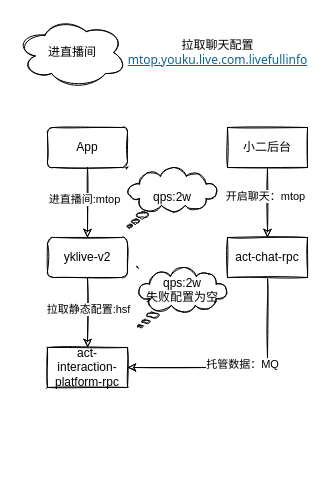
839284824/MyBlog keeps this draw.io diagram as page "进直播间" (4 of 4) of Untitled Diagram.drawio. Above is the earlier version. Source tidied: cells renumbered, new cells numbered last; positions are measured from the earlier drawing's top-left corner, leaving out a move shared by most shapes. Both pictures are drawn from the tidied source at 100%, with x=0, y=0 at pixel (17, 17).
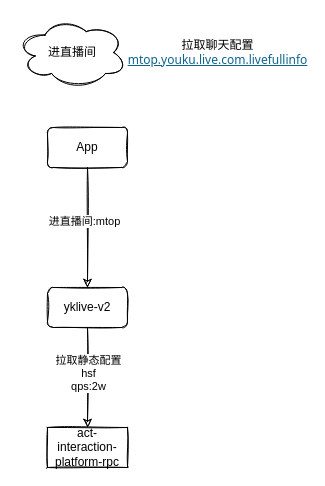
The same page after the edit.

What changed in the source:
```diff
@@
 <mxGraphModel>
   <root>
     <mxCell id="0" />
     <mxCell id="1" parent="0" />
     <mxCell id="2" value="进直播间" style="ellipse;shape=cloud;whiteSpace=wrap;html=1;rounded=0;sketch=1;" parent="1" vertex="1">
       <mxGeometry width="110" height="70" as="geometry" />
     </mxCell>
     <mxCell id="3" style="edgeStyle=orthogonalEdgeStyle;curved=0;rounded=1;jettySize=auto;html=1;sketch=1;" parent="1" edge="1" source="5" target="8">
       <mxGeometry relative="1" as="geometry" />
     </mxCell>
     <mxCell id="4" value="进直播间:mtop" style="edgeLabel;html=1;align=center;verticalAlign=middle;sketch=1;" parent="3" vertex="1">
       <mxGeometry x="-0.11" y="-4" relative="1" as="geometry" />
     </mxCell>
     <mxCell id="5" value="App" style="rounded=1;whiteSpace=wrap;html=1;sketch=1;" parent="1" vertex="1">
       <mxGeometry x="30" y="110" width="80" height="40" as="geometry" />
     </mxCell>
     <mxCell id="6" style="edgeStyle=orthogonalEdgeStyle;curved=0;rounded=1;jettySize=auto;html=1;sketch=1;" parent="1" edge="1" source="8" target="9">
       <mxGeometry relative="1" as="geometry" />
     </mxCell>
-    <mxCell id="7" value="拉取静态配置:hsf" style="edgeLabel;html=1;align=center;verticalAlign=middle;sketch=1;" parent="6" vertex="1">
+    <mxCell id="7" value="拉取静态配置&lt;br&gt;hsf&lt;br&gt;qps:2w" style="edgeLabel;html=1;align=center;verticalAlign=middle;sketch=1;" parent="6" vertex="1">
       <mxGeometry x="-0.11" relative="1" as="geometry" />
     </mxCell>
     <mxCell id="8" value="yklive-v2" style="rounded=1;whiteSpace=wrap;html=1;sketch=1;" parent="1" vertex="1">
-      <mxGeometry x="30" y="220" width="80" height="40" as="geometry" />
+      <mxGeometry x="30" y="270" width="80" height="40" as="geometry" />
     </mxCell>
     <mxCell id="9" value="act-interaction-platform-rpc" style="rounded=1;whiteSpace=wrap;html=1;arcSize=0;sketch=1;" parent="1" vertex="1">
-      <mxGeometry x="30" y="330" width="80" height="40" as="geometry" />
+      <mxGeometry x="30" y="410" width="80" height="40" as="geometry" />
     </mxCell>
-    <mxCell id="10" value="小二后台" style="whiteSpace=wrap;html=1;rounded=0;sketch=1;" parent="1" vertex="1">
-      <mxGeometry x="210" y="110" width="80" height="40" as="geometry" />
-    </mxCell>
-    <mxCell id="11" style="edgeStyle=none;rounded=1;jettySize=auto;html=1;exitX=0.5;exitY=1;exitDx=0;exitDy=0;entryX=0.5;entryY=0;entryDx=0;entryDy=0;sketch=1;" parent="1" edge="1" source="10" target="15">
-      <mxGeometry relative="1" as="geometry" />
-    </mxCell>
-    <mxCell id="12" value="开启聊天：mtop" style="edgeLabel;html=1;align=center;verticalAlign=middle;sketch=1;" parent="11" vertex="1">
-      <mxGeometry x="-0.2" y="-3" relative="1" as="geometry" />
-    </mxCell>
-    <mxCell id="13" style="edgeStyle=orthogonalEdgeStyle;curved=0;rounded=1;jettySize=auto;html=1;entryX=1;entryY=0.5;entryDx=0;entryDy=0;exitX=0.5;exitY=1;exitDx=0;exitDy=0;sketch=1;" parent="1" edge="1" source="15" target="9">
-      <mxGeometry relative="1" as="geometry" />
-    </mxCell>
-    <mxCell id="14" value="托管数据：MQ" style="edgeLabel;html=1;align=center;verticalAlign=middle;sketch=1;" parent="13" vertex="1">
-      <mxGeometry x="0.01" y="-4" relative="1" as="geometry" />
-    </mxCell>
-    <mxCell id="15" value="act-chat-rpc" style="whiteSpace=wrap;html=1;rounded=0;sketch=1;" parent="1" vertex="1">
-      <mxGeometry x="210" y="220" width="80" height="40" as="geometry" />
-    </mxCell>
     <mxCell id="16" value="拉取聊天配置&lt;br&gt;&lt;a href=&quot;http://max.m.taobao.com/mtop/managerapi/view?api=mtop.youku.live.com.livefullinfo&amp;amp;v=4.0&amp;amp;version=1&amp;amp;biz_domain=youku&quot; target=&quot;_blank&quot; style=&quot;color: rgb(13 , 99 , 143) ; outline: 0px ; font-family: &amp;quot;microsoft yahei&amp;quot; , &amp;quot;tahoma&amp;quot; , &amp;quot;arial&amp;quot; , sans-serif ; text-align: left ; background-color: rgb(255 , 255 , 255) ; border-radius: 0px ; text-shadow: none&quot;&gt;mtop.youku.live.com.livefullinfo&lt;/a&gt;" style="text;html=1;align=center;verticalAlign=middle;sketch=1;" parent="1" vertex="1">
       <mxGeometry x="110" y="20" width="180" height="30" as="geometry" />
     </mxCell>
-    <mxCell id="17" value="qps:2w" style="whiteSpace=wrap;html=1;shape=mxgraph.basic.cloud_callout;rounded=0;sketch=1;" parent="1" vertex="1">
-      <mxGeometry x="110" y="150" width="90" height="60" as="geometry" />
-    </mxCell>
-    <mxCell id="18" value="qps:2w&lt;br&gt;失败配置为空&lt;br&gt;&lt;br&gt;" style="whiteSpace=wrap;html=1;shape=mxgraph.basic.cloud_callout;rounded=0;sketch=1;" parent="1" vertex="1">
-      <mxGeometry x="120" y="250" width="90" height="60" as="geometry" />
-    </mxCell>
   </root>
 </mxGraphModel>
```
